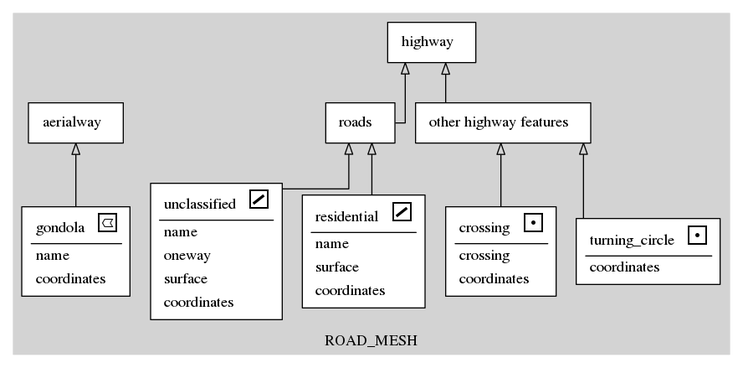
Earlier version of the Graphviz export schema.gv.png (vinisperandio/OSM2Diagram_optmizated). Its source is kept beside it as schema.gv.
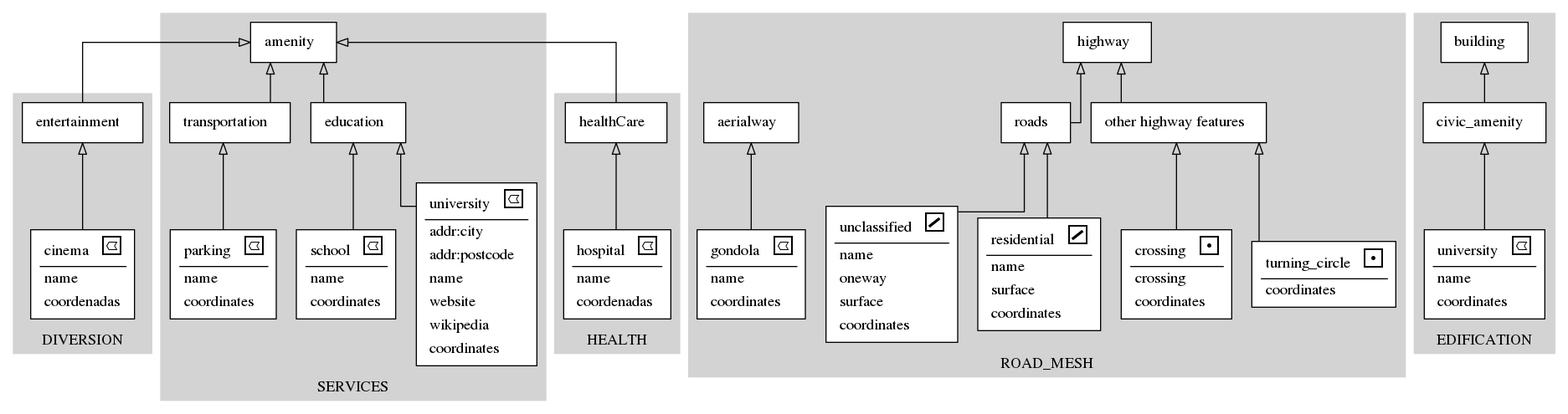
The same file after the commit.

Diff of the diagram source:
```diff
@@ -1,10 +1,137 @@
 digraph structs {
 	node [shape=box]
+	subgraph cluster_DIVERSION {
+		node [color=black style=filled]
+		color=lightgrey style=filled
+		label=DIVERSION
+		0[style = "filled, bold" penwidth = "1" fillcolor="white" label=<
+			<TABLE color="black" border="0">
+			 <TR>
+				<TD align="center"><font color="black">cinema</font>
+				<font FACE="sigmoda" POINT-SIZE="20.0"> e</font></TD>
+			</TR>
+			<hr/>
+			<TR>
+				<TD align="left">name</TD>
+			 </TR>
+			<TR>
+				<TD align="left">coordenadas</TD>
+			 </TR>
+			</TABLE>>]
+		1[style = "filled, bold" penwidth = "1" fillcolor="white" label=<
+			<TABLE color="black" border="0">
+			 <TR>
+				<TD align="center"><font color="black">entertainment</font>  </TD>
+			</TR>
+			</TABLE>>]
+	}
+	subgraph cluster_SERVICES {
+		node [color=black style=filled]
+		color=lightgrey style=filled
+		label=SERVICES
+		2[style = "filled, bold" penwidth = "1" fillcolor="white" label=<
+			<TABLE color="black" border="0">
+			 <TR>
+				<TD align="center"><font color="black">university</font>
+				<font FACE="sigmoda" POINT-SIZE="20.0"> e</font></TD>
+			</TR>
+			<hr/>
+			<TR>
+				<TD align="left">addr:city</TD>
+			 </TR>
+			<TR>
+				<TD align="left">addr:postcode</TD>
+			 </TR>
+			<TR>
+				<TD align="left">name</TD>
+			 </TR>
+			<TR>
+				<TD align="left">website</TD>
+			 </TR>
+			<TR>
+				<TD align="left">wikipedia</TD>
+			 </TR>
+			<TR>
+				<TD align="left">coordinates</TD>
+			 </TR>
+			</TABLE>>]
+		3[style = "filled, bold" penwidth = "1" fillcolor="white" label=<
+			<TABLE color="black" border="0">
+			 <TR>
+				<TD align="center"><font color="black">amenity</font>  </TD>
+			</TR>
+			</TABLE>>]
+		4[style = "filled, bold" penwidth = "1" fillcolor="white" label=<
+			<TABLE color="black" border="0">
+			 <TR>
+				<TD align="center"><font color="black">school</font>
+				<font FACE="sigmoda" POINT-SIZE="20.0"> e</font></TD>
+			</TR>
+			<hr/>
+			<TR>
+				<TD align="left">name</TD>
+			 </TR>
+			<TR>
+				<TD align="left">coordinates</TD>
+			 </TR>
+			</TABLE>>]
+		5[style = "filled, bold" penwidth = "1" fillcolor="white" label=<
+			<TABLE color="black" border="0">
+			 <TR>
+				<TD align="center"><font color="black">parking</font>
+				<font FACE="sigmoda" POINT-SIZE="20.0"> e</font></TD>
+			</TR>
+			<hr/>
+			<TR>
+				<TD align="left">name</TD>
+			 </TR>
+			<TR>
+				<TD align="left">coordinates</TD>
+			 </TR>
+			</TABLE>>]
+		6[style = "filled, bold" penwidth = "1" fillcolor="white" label=<
+			<TABLE color="black" border="0">
+			 <TR>
+				<TD align="center"><font color="black">education</font>  </TD>
+			</TR>
+			</TABLE>>]
+		7[style = "filled, bold" penwidth = "1" fillcolor="white" label=<
+			<TABLE color="black" border="0">
+			 <TR>
+				<TD align="center"><font color="black">transportation</font>  </TD>
+			</TR>
+			</TABLE>>]
+	}
+	subgraph cluster_HEALTH {
+		node [color=black style=filled]
+		color=lightgrey style=filled
+		label=HEALTH
+		8[style = "filled, bold" penwidth = "1" fillcolor="white" label=<
+			<TABLE color="black" border="0">
+			 <TR>
+				<TD align="center"><font color="black">hospital</font>
+				<font FACE="sigmoda" POINT-SIZE="20.0"> e</font></TD>
+			</TR>
+			<hr/>
+			<TR>
+				<TD align="left">name</TD>
+			 </TR>
+			<TR>
+				<TD align="left">coordenadas</TD>
+			 </TR>
+			</TABLE>>]
+		9[style = "filled, bold" penwidth = "1" fillcolor="white" label=<
+			<TABLE color="black" border="0">
+			 <TR>
+				<TD align="center"><font color="black">healthCare</font>  </TD>
+			</TR>
+			</TABLE>>]
+	}
 	subgraph cluster_ROAD_MESH {
 		node [color=black style=filled]
 		color=lightgrey style=filled
 		label=ROAD_MESH
-		0[style = "filled, bold" penwidth = "1" fillcolor="white" label=<
+		10[style = "filled, bold" penwidth = "1" fillcolor="white" label=<
 			<TABLE color="black" border="0">
 			 <TR>
 				<TD align="center"><font color="black">turning_circle</font>
@@ -15,13 +142,13 @@
 				<TD align="left">coordinates</TD>
 			 </TR>
 			</TABLE>>]
-		1[style = "filled, bold" penwidth = "1" fillcolor="white" label=<
+		11[style = "filled, bold" penwidth = "1" fillcolor="white" label=<
 			<TABLE color="black" border="0">
 			 <TR>
 				<TD align="center"><font color="black">highway</font>  </TD>
 			</TR>
 			</TABLE>>]
-		2[style = "filled, bold" penwidth = "1" fillcolor="white" label=<
+		12[style = "filled, bold" penwidth = "1" fillcolor="white" label=<
 			<TABLE color="black" border="0">
 			 <TR>
 				<TD align="center"><font color="black">crossing</font>
@@ -35,7 +162,7 @@
 				<TD align="left">coordinates</TD>
 			 </TR>
 			</TABLE>>]
-		3[style = "filled, bold" penwidth = "1" fillcolor="white" label=<
+		13[style = "filled, bold" penwidth = "1" fillcolor="white" label=<
 			<TABLE color="black" border="0">
 			 <TR>
 				<TD align="center"><font color="black">residential</font>
@@ -52,7 +179,7 @@
 				<TD align="left">coordinates</TD>
 			 </TR>
 			</TABLE>>]
-		4[style = "filled, bold" penwidth = "1" fillcolor="white" label=<
+		14[style = "filled, bold" penwidth = "1" fillcolor="white" label=<
 			<TABLE color="black" border="0">
 			 <TR>
 				<TD align="center"><font color="black">unclassified</font>
@@ -72,7 +199,7 @@
 				<TD align="left">coordinates</TD>
 			 </TR>
 			</TABLE>>]
-		5[style = "filled, bold" penwidth = "1" fillcolor="white" label=<
+		15[style = "filled, bold" penwidth = "1" fillcolor="white" label=<
 			<TABLE color="black" border="0">
 			 <TR>
 				<TD align="center"><font color="black">gondola</font>
@@ -86,32 +213,74 @@
 				<TD align="left">coordinates</TD>
 			 </TR>
 			</TABLE>>]
-		6[style = "filled, bold" penwidth = "1" fillcolor="white" label=<
+		16[style = "filled, bold" penwidth = "1" fillcolor="white" label=<
 			<TABLE color="black" border="0">
 			 <TR>
 				<TD align="center"><font color="black">aerialway</font>  </TD>
 			</TR>
 			</TABLE>>]
-		7[style = "filled, bold" penwidth = "1" fillcolor="white" label=<
+		17[style = "filled, bold" penwidth = "1" fillcolor="white" label=<
 			<TABLE color="black" border="0">
 			 <TR>
 				<TD align="center"><font color="black">other highway features</font>  </TD>
 			</TR>
 			</TABLE>>]
-		8[style = "filled, bold" penwidth = "1" fillcolor="white" label=<
+		18[style = "filled, bold" penwidth = "1" fillcolor="white" label=<
 			<TABLE color="black" border="0">
 			 <TR>
 				<TD align="center"><font color="black">roads</font>  </TD>
 			</TR>
 			</TABLE>>]
 	}
-		0 -> 7[arrowhead=onormal]
-		2 -> 7[arrowhead=onormal]
-		3 -> 8[arrowhead=onormal]
-		4 -> 8[arrowhead=onormal]
-		5 -> 6[arrowhead=onormal]
-		7 -> 1[arrowhead=onormal]
-		8 -> 1[arrowhead=onormal]
+	subgraph cluster_EDIFICATION {
+		node [color=black style=filled]
+		color=lightgrey style=filled
+		label=EDIFICATION
+		19[style = "filled, bold" penwidth = "1" fillcolor="white" label=<
+			<TABLE color="black" border="0">
+			 <TR>
+				<TD align="center"><font color="black">university</font>
+				<font FACE="sigmoda" POINT-SIZE="20.0"> e</font></TD>
+			</TR>
+			<hr/>
+			<TR>
+				<TD align="left">name</TD>
+			 </TR>
+			<TR>
+				<TD align="left">coordinates</TD>
+			 </TR>
+			</TABLE>>]
+		20[style = "filled, bold" penwidth = "1" fillcolor="white" label=<
+			<TABLE color="black" border="0">
+			 <TR>
+				<TD align="center"><font color="black">building</font>  </TD>
+			</TR>
+			</TABLE>>]
+		21[style = "filled, bold" penwidth = "1" fillcolor="white" label=<
+			<TABLE color="black" border="0">
+			 <TR>
+				<TD align="center"><font color="black">civic_amenity</font>  </TD>
+			</TR>
+			</TABLE>>]
+	}
+		0 -> 1[arrowhead=onormal]
+		1 -> 3[arrowhead=onormal]
+		2 -> 6[arrowhead=onormal]
+		4 -> 6[arrowhead=onormal]
+		5 -> 7[arrowhead=onormal]
+		6 -> 3[arrowhead=onormal]
+		7 -> 3[arrowhead=onormal]
+		8 -> 9[arrowhead=onormal]
+		9 -> 3[arrowhead=onormal]
+		10 -> 17[arrowhead=onormal]
+		12 -> 17[arrowhead=onormal]
+		13 -> 18[arrowhead=onormal]
+		14 -> 18[arrowhead=onormal]
+		15 -> 16[arrowhead=onormal]
+		17 -> 11[arrowhead=onormal]
+		18 -> 11[arrowhead=onormal]
+		19 -> 21[arrowhead=onormal]
+		21 -> 20[arrowhead=onormal]
 	rankdir=BT
 	splines=ortho
 }
```
